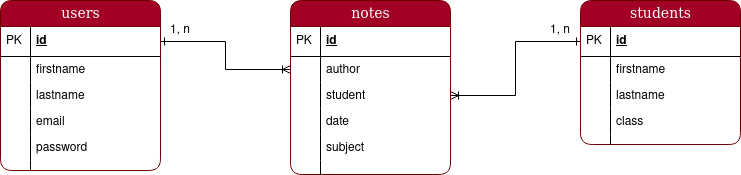
Before: Ressources/MCD.png, a diagram exported from draw.io (Yasmine091/jbd-simplon). Source tidied: cells renumbered, new cells last; positions are measured from the earlier drawing's top-left corner, leaving out a move shared by most shapes.
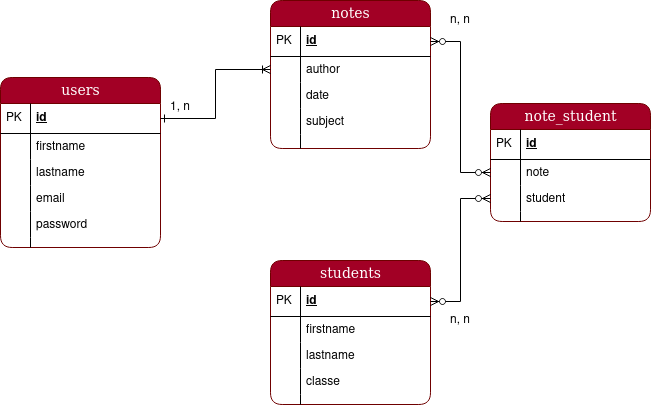
The same diagram one commit later.

Commit message:
Preparer pour heberger

The edit, as a diff of the source:
```diff
@@ -3,7 +3,7 @@
     <mxCell id="0" />
     <mxCell id="1" parent="0" />
     <mxCell id="2" value="&lt;div&gt;users&lt;/div&gt;" style="swimlane;html=1;fontStyle=0;horizontal=1;startSize=26;swimlaneFillColor=#ffffff;align=center;rounded=1;shadow=0;comic=0;labelBackgroundColor=none;strokeWidth=1;fontFamily=Verdana;fontSize=14;fontColor=#ffffff;fillColor=#a20025;strokeColor=#6F0000;sketch=0;" parent="1" vertex="1">
-      <mxGeometry width="160" height="170" as="geometry" />
+      <mxGeometry x="-30" y="-3" width="160" height="170" as="geometry" />
     </mxCell>
     <mxCell id="3" value="id" style="shape=partialRectangle;top=0;left=0;right=0;bottom=1;html=1;align=left;verticalAlign=middle;fillColor=none;spacingLeft=34;spacingRight=4;whiteSpace=wrap;overflow=hidden;points=[[0,0.5],[1,0.5]];portConstraint=eastwest;fontStyle=5;" parent="2" vertex="1">
       <mxGeometry y="26" width="160" height="30" as="geometry" />
@@ -42,7 +42,7 @@
       <mxGeometry width="30" height="10" as="geometry" />
     </mxCell>
     <mxCell id="15" value="&lt;div&gt;notes&lt;/div&gt;" style="swimlane;html=1;fontStyle=0;horizontal=1;startSize=26;fillColor=#a20025;swimlaneFillColor=#ffffff;align=center;rounded=1;shadow=0;comic=0;labelBackgroundColor=none;strokeWidth=1;fontFamily=Verdana;fontSize=14;strokeColor=#6F0000;fontColor=#ffffff;" parent="1" vertex="1">
-      <mxGeometry x="290" width="160" height="174" as="geometry" />
+      <mxGeometry x="240" y="-80" width="160" height="148" as="geometry" />
     </mxCell>
     <mxCell id="16" value="&lt;div&gt;id&lt;/div&gt;" style="shape=partialRectangle;top=0;left=0;right=0;bottom=1;html=1;align=left;verticalAlign=middle;fillColor=none;spacingLeft=34;spacingRight=4;whiteSpace=wrap;overflow=hidden;points=[[0,0.5],[1,0.5]];portConstraint=eastwest;fontStyle=5;" parent="15" vertex="1">
       <mxGeometry y="26" width="160" height="30" as="geometry" />
@@ -56,32 +56,26 @@
     <mxCell id="19" style="shape=partialRectangle;top=0;left=0;bottom=0;html=1;fillColor=none;align=left;verticalAlign=top;spacingLeft=4;spacingRight=4;whiteSpace=wrap;overflow=hidden;" parent="18" vertex="1">
       <mxGeometry width="30" height="26" as="geometry" />
     </mxCell>
-    <mxCell id="20" value="&lt;div&gt;student&lt;/div&gt;" style="shape=partialRectangle;top=0;left=0;right=0;bottom=0;html=1;align=left;verticalAlign=top;fillColor=none;spacingLeft=34;spacingRight=4;whiteSpace=wrap;overflow=hidden;points=[[0,0.5],[1,0.5]];portConstraint=eastwest;" parent="15" vertex="1">
-      <mxGeometry y="82" width="160" height="26" as="geometry" />
-    </mxCell>
-    <mxCell id="21" style="shape=partialRectangle;top=0;left=0;bottom=0;html=1;fillColor=none;align=left;verticalAlign=top;spacingLeft=4;spacingRight=4;whiteSpace=wrap;overflow=hidden;" parent="20" vertex="1">
-      <mxGeometry width="30" height="26" as="geometry" />
-    </mxCell>
     <mxCell id="22" value="date" style="shape=partialRectangle;top=0;left=0;right=0;bottom=0;html=1;align=left;verticalAlign=top;fillColor=none;spacingLeft=34;spacingRight=4;whiteSpace=wrap;overflow=hidden;" parent="15" vertex="1">
-      <mxGeometry y="108" width="160" height="26" as="geometry" />
+      <mxGeometry y="82" width="160" height="26" as="geometry" />
     </mxCell>
     <mxCell id="23" style="shape=partialRectangle;top=0;left=0;bottom=0;html=1;fillColor=none;align=left;verticalAlign=top;spacingLeft=4;spacingRight=4;whiteSpace=wrap;overflow=hidden;" parent="22" vertex="1">
       <mxGeometry width="30" height="26" as="geometry" />
     </mxCell>
     <mxCell id="24" value="subject" style="shape=partialRectangle;top=0;left=0;right=0;bottom=0;html=1;align=left;verticalAlign=top;fillColor=none;spacingLeft=34;spacingRight=4;whiteSpace=wrap;overflow=hidden;" parent="15" vertex="1">
-      <mxGeometry y="134" width="160" height="26" as="geometry" />
+      <mxGeometry y="108" width="160" height="26" as="geometry" />
     </mxCell>
     <mxCell id="25" style="shape=partialRectangle;top=0;left=0;bottom=0;html=1;fillColor=none;align=left;verticalAlign=top;spacingLeft=4;spacingRight=4;whiteSpace=wrap;overflow=hidden;" parent="24" vertex="1">
       <mxGeometry width="30" height="26" as="geometry" />
     </mxCell>
     <mxCell id="26" style="shape=partialRectangle;top=0;left=0;right=0;bottom=0;html=1;align=left;verticalAlign=top;fillColor=none;spacingLeft=34;spacingRight=4;whiteSpace=wrap;overflow=hidden;" parent="15" vertex="1">
-      <mxGeometry y="160" width="160" height="14" as="geometry" />
+      <mxGeometry y="134" width="160" height="14" as="geometry" />
     </mxCell>
     <mxCell id="27" style="shape=partialRectangle;top=0;left=0;bottom=0;html=1;fillColor=none;align=left;verticalAlign=top;spacingLeft=4;spacingRight=4;whiteSpace=wrap;overflow=hidden;" parent="26" vertex="1">
       <mxGeometry width="30" height="14" as="geometry" />
     </mxCell>
     <mxCell id="28" value="&lt;div&gt;students&lt;/div&gt;" style="swimlane;html=1;fontStyle=0;horizontal=1;startSize=26;fillColor=#a20025;swimlaneFillColor=#ffffff;align=center;rounded=1;shadow=0;comic=0;labelBackgroundColor=none;strokeWidth=1;fontFamily=Verdana;fontSize=14;swimlaneLine=1;strokeColor=#6F0000;fontColor=#ffffff;" parent="1" vertex="1">
-      <mxGeometry x="580" width="160" height="144" as="geometry" />
+      <mxGeometry x="240" y="180" width="160" height="144" as="geometry" />
     </mxCell>
     <mxCell id="29" value="id" style="shape=partialRectangle;top=0;left=0;right=0;bottom=1;html=1;align=left;verticalAlign=middle;fillColor=none;spacingLeft=34;spacingRight=4;whiteSpace=wrap;overflow=hidden;points=[[0,0.5],[1,0.5]];portConstraint=eastwest;fontStyle=5;" parent="28" vertex="1">
       <mxGeometry y="26" width="160" height="30" as="geometry" />
@@ -101,7 +95,7 @@
     <mxCell id="34" style="shape=partialRectangle;top=0;left=0;bottom=0;html=1;fillColor=none;align=left;verticalAlign=top;spacingLeft=4;spacingRight=4;whiteSpace=wrap;overflow=hidden;" parent="33" vertex="1">
       <mxGeometry width="30" height="26" as="geometry" />
     </mxCell>
-    <mxCell id="35" value="class" style="shape=partialRectangle;top=0;left=0;right=0;bottom=0;html=1;align=left;verticalAlign=top;fillColor=none;spacingLeft=34;spacingRight=4;whiteSpace=wrap;overflow=hidden;" parent="28" vertex="1">
+    <mxCell id="35" value="&lt;div&gt;classe&lt;/div&gt;" style="shape=partialRectangle;top=0;left=0;right=0;bottom=0;html=1;align=left;verticalAlign=top;fillColor=none;spacingLeft=34;spacingRight=4;whiteSpace=wrap;overflow=hidden;" parent="28" vertex="1">
       <mxGeometry y="108" width="160" height="26" as="geometry" />
     </mxCell>
     <mxCell id="36" style="shape=partialRectangle;top=0;left=0;bottom=0;html=1;fillColor=none;align=left;verticalAlign=top;spacingLeft=4;spacingRight=4;whiteSpace=wrap;overflow=hidden;" parent="35" vertex="1">
@@ -117,13 +111,46 @@
       <mxGeometry relative="1" as="geometry" />
     </mxCell>
     <mxCell id="40" value="1, n" style="text;html=1;strokeColor=none;fillColor=none;align=center;verticalAlign=middle;whiteSpace=wrap;rounded=0;" parent="1" vertex="1">
-      <mxGeometry x="160" y="20" width="40" height="20" as="geometry" />
+      <mxGeometry x="130" y="17" width="40" height="20" as="geometry" />
     </mxCell>
-    <mxCell id="41" style="endArrow=ERone;html=1;edgeStyle=orthogonalEdgeStyle;rounded=0;endFill=0;startArrow=ERoneToMany;startFill=0;exitX=1;exitY=0.5;exitDx=0;exitDy=0;entryX=0;entryY=0.5;entryDx=0;entryDy=0;strokeWidth=1;sourcePerimeterSpacing=0;" parent="1" edge="1" source="20" target="29">
-      <mxGeometry relative="1" as="geometry" />
-    </mxCell>
-    <mxCell id="42" value="1, n" style="text;html=1;strokeColor=none;fillColor=none;align=center;verticalAlign=middle;whiteSpace=wrap;rounded=0;" parent="1" vertex="1">
-      <mxGeometry x="540" y="20" width="40" height="20" as="geometry" />
-    </mxCell>
+    <mxCell id="43" value="&lt;div&gt;note_student&lt;/div&gt;" style="swimlane;html=1;fontStyle=0;horizontal=1;startSize=26;fillColor=#a20025;swimlaneFillColor=#ffffff;align=center;rounded=1;shadow=0;comic=0;labelBackgroundColor=none;strokeWidth=1;fontFamily=Verdana;fontSize=14;swimlaneLine=1;strokeColor=#6F0000;fontColor=#ffffff;" parent="1" vertex="1">
+      <mxGeometry x="460" y="23" width="160" height="118" as="geometry" />
+    </mxCell>
+    <mxCell id="44" value="id" style="shape=partialRectangle;top=0;left=0;right=0;bottom=1;html=1;align=left;verticalAlign=middle;fillColor=none;spacingLeft=34;spacingRight=4;whiteSpace=wrap;overflow=hidden;fontStyle=5;" parent="43" vertex="1">
+      <mxGeometry y="26" width="160" height="30" as="geometry" />
+    </mxCell>
+    <mxCell id="45" value="PK" style="shape=partialRectangle;top=0;left=0;bottom=0;html=1;fillColor=none;align=left;verticalAlign=middle;spacingLeft=4;spacingRight=4;whiteSpace=wrap;overflow=hidden;" parent="44" vertex="1">
+      <mxGeometry width="30" height="30" as="geometry" />
+    </mxCell>
+    <mxCell id="46" value="&lt;div&gt;note&lt;/div&gt;" style="shape=partialRectangle;top=0;left=0;right=0;bottom=0;html=1;align=left;verticalAlign=top;fillColor=none;spacingLeft=34;spacingRight=4;whiteSpace=wrap;overflow=hidden;points=[[0,0.5],[1,0.5]];portConstraint=eastwest;" parent="43" vertex="1">
+      <mxGeometry y="56" width="160" height="26" as="geometry" />
+    </mxCell>
+    <mxCell id="47" style="shape=partialRectangle;top=0;left=0;bottom=0;html=1;fillColor=none;align=left;verticalAlign=top;spacingLeft=4;spacingRight=4;whiteSpace=wrap;overflow=hidden;" parent="46" vertex="1">
+      <mxGeometry width="30" height="26" as="geometry" />
+    </mxCell>
+    <mxCell id="20" value="&lt;div&gt;student&lt;/div&gt;" style="shape=partialRectangle;top=0;left=0;right=0;bottom=0;html=1;align=left;verticalAlign=top;fillColor=none;spacingLeft=34;spacingRight=4;whiteSpace=wrap;overflow=hidden;points=[[0,0.5],[1,0.5]];portConstraint=eastwest;" parent="43" vertex="1">
+      <mxGeometry y="82" width="160" height="26" as="geometry" />
+    </mxCell>
+    <mxCell id="48" style="shape=partialRectangle;top=0;left=0;bottom=0;html=1;fillColor=none;align=left;verticalAlign=top;spacingLeft=4;spacingRight=4;whiteSpace=wrap;overflow=hidden;" parent="20" vertex="1">
+      <mxGeometry width="30" height="26" as="geometry" />
+    </mxCell>
+    <mxCell id="49" style="shape=partialRectangle;top=0;left=0;right=0;bottom=0;html=1;align=left;verticalAlign=top;fillColor=none;spacingLeft=34;spacingRight=4;whiteSpace=wrap;overflow=hidden;" parent="43" vertex="1">
+      <mxGeometry y="108" width="160" height="10" as="geometry" />
+    </mxCell>
+    <mxCell id="50" style="shape=partialRectangle;top=0;left=0;bottom=0;html=1;fillColor=none;align=left;verticalAlign=top;spacingLeft=4;spacingRight=4;whiteSpace=wrap;overflow=hidden;" parent="49" vertex="1">
+      <mxGeometry width="30" height="10" as="geometry" />
+    </mxCell>
+    <mxCell id="51" style="edgeStyle=orthogonalEdgeStyle;rounded=0;jettySize=auto;html=1;entryX=0;entryY=0.5;entryDx=0;entryDy=0;endArrow=ERzeroToMany;endFill=1;startArrow=ERzeroToMany;startFill=1;" parent="1" edge="1" source="16" target="46">
+      <mxGeometry relative="1" as="geometry" />
+    </mxCell>
+    <mxCell id="52" style="edgeStyle=orthogonalEdgeStyle;rounded=0;jettySize=auto;html=1;entryX=0;entryY=0.5;entryDx=0;entryDy=0;endArrow=ERzeroToMany;endFill=1;startArrow=ERzeroToMany;startFill=1;" parent="1" edge="1" source="29" target="20">
+      <mxGeometry relative="1" as="geometry" />
+    </mxCell>
+    <mxCell id="53" value="&lt;div&gt;n, n&lt;/div&gt;" style="text;html=1;strokeColor=none;fillColor=none;align=center;verticalAlign=middle;whiteSpace=wrap;rounded=0;" parent="1" vertex="1">
+      <mxGeometry x="410" y="-70" width="40" height="20" as="geometry" />
+    </mxCell>
+    <mxCell id="54" value="n, n" style="text;html=1;strokeColor=none;fillColor=none;align=center;verticalAlign=middle;whiteSpace=wrap;rounded=0;" parent="1" vertex="1">
+      <mxGeometry x="410" y="230" width="40" height="20" as="geometry" />
+    </mxCell>
   </root>
 </mxGraphModel>
```
